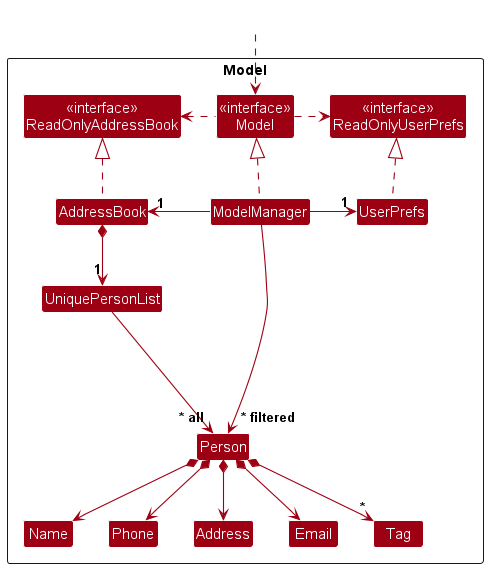
Earlier version of the PlantUML export docs/images/ModelClassDiagram.png (nus-cs2103-AY2324S2/tp).
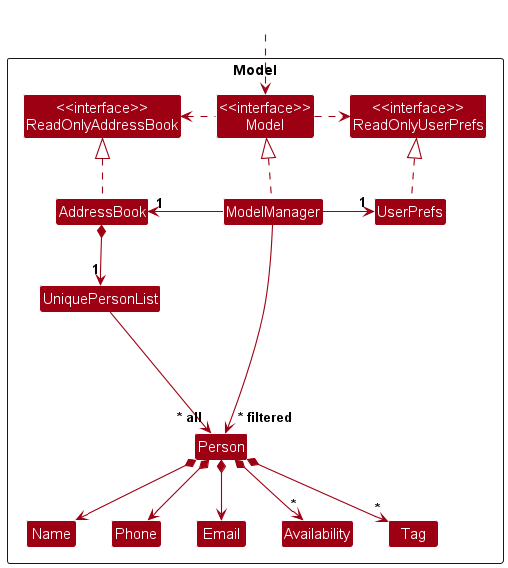
After the commit.

Commit message:
Update Model and Storage class diagrams

The edit, as a diff of the source:
```diff
@@ -14,10 +14,10 @@
 
 Class UniquePersonList
 Class Person
-Class Address
 Class Email
 Class Name
 Class Phone
+Class Availability
 Class Tag
 
 Class I #FFFFFF
@@ -40,15 +40,15 @@
 Person *--> Name
 Person *--> Phone
 Person *--> Email
-Person *--> Address
+Person *--> "*" Availability
 Person *--> "*" Tag
 
 Person -[hidden]up--> I
 UniquePersonList -[hidden]right-> I
 
 Name -[hidden]right-> Phone
-Phone -[hidden]right-> Address
-Address -[hidden]right-> Email
+Phone -[hidden]right-> Email
+Email -[hidden]right-> Availability
 
 ModelManager --> "~* filtered" Person
 @enduml
```
